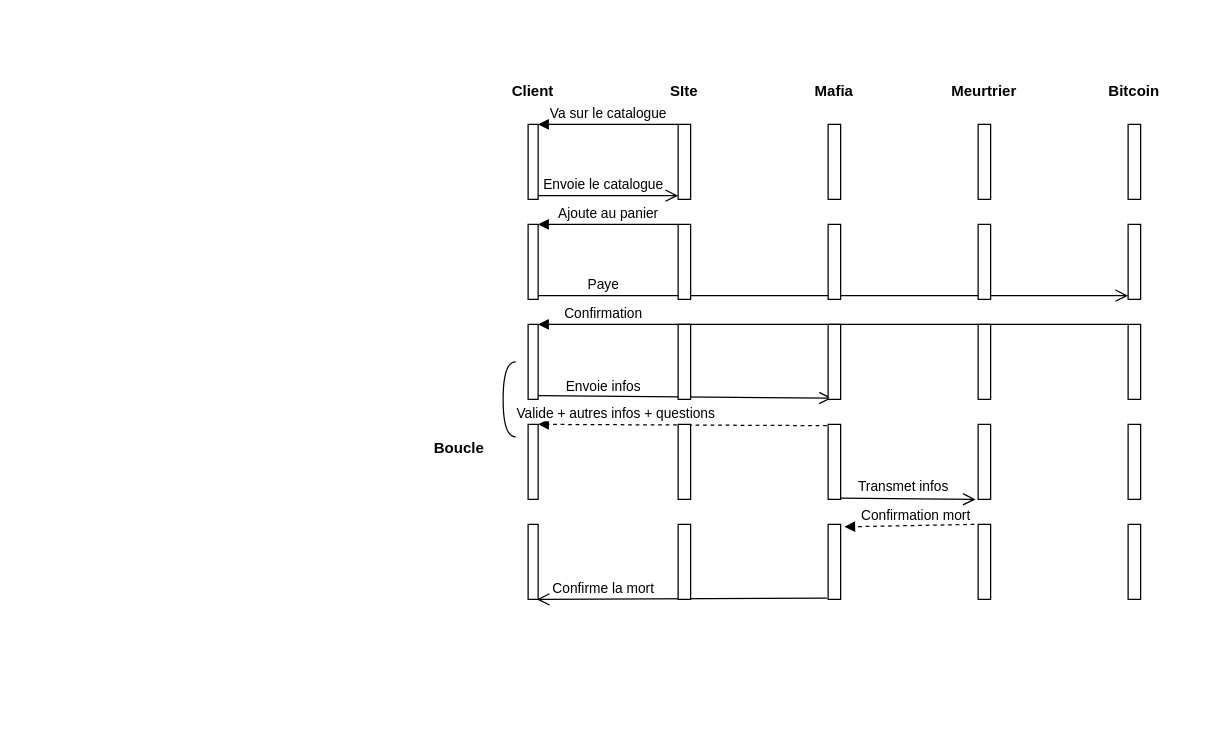
Earlier version of the draw.io diagram page "Diagramme de séquence" (3 of 3) of Diagrams.drawio (Inebhis/uml-project). Source tidied: cells renumbered, new cells numbered last; positions are measured from the earlier drawing's top-left corner, leaving out a move shared by most shapes. Both pictures are drawn from the tidied source at 125%, with x=0, y=0 at pixel (409, 74).
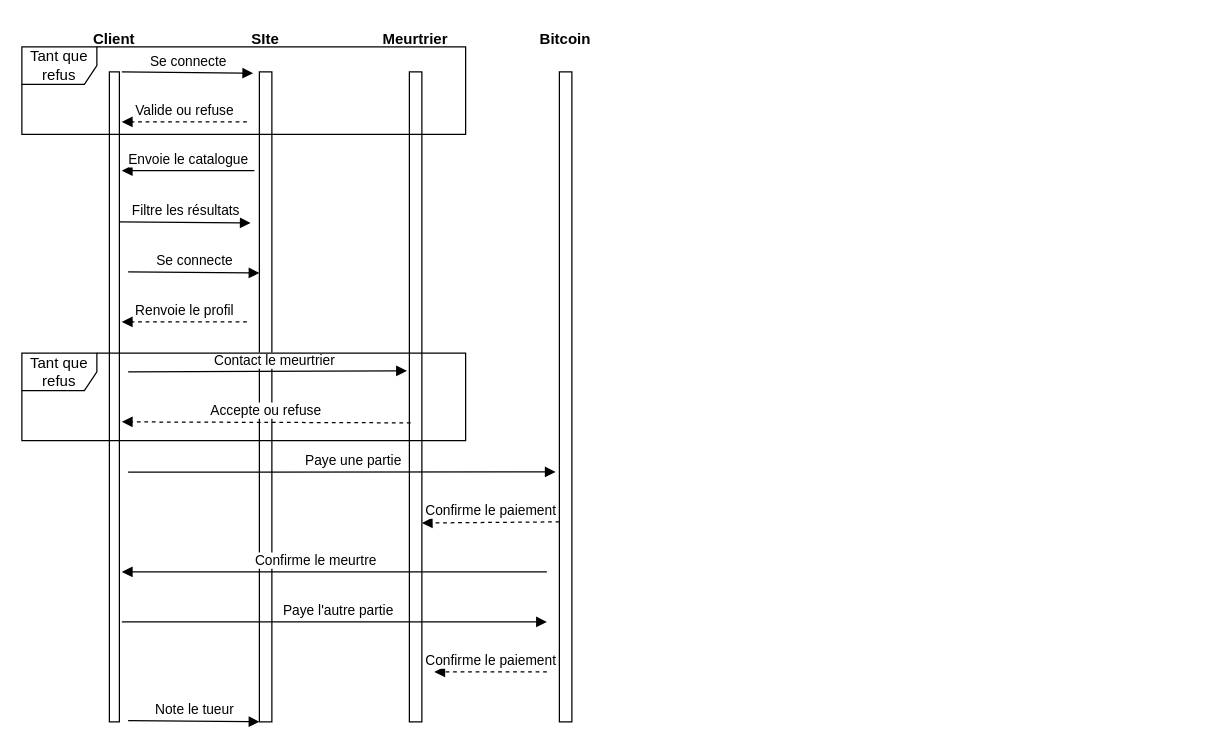
Above is the later version.

Diff of the diagram source:
```diff
@@
-    <mxCell id="2" style="html=1;points=[];perimeter=orthogonalPerimeter;" parent="1" vertex="1">
-      <mxGeometry x="95" y="40" width="8" height="60" as="geometry" />
-    </mxCell>
-    <mxCell id="3" value="Va sur le catalogue" style="html=1;verticalAlign=bottom;endArrow=block;entryX=1;entryY=0;" parent="1" edge="1" target="2">
-      <mxGeometry relative="1" as="geometry">
-        <mxPoint x="215" y="40" as="sourcePoint" />
-      </mxGeometry>
-    </mxCell>
-    <mxCell id="4" value="&lt;div&gt;Envoie le catalogue&lt;/div&gt;" style="html=1;verticalAlign=bottom;endArrow=open;endSize=8;exitX=1;exitY=0.95;" parent="1" edge="1" source="2">
-      <mxGeometry x="-0.07" relative="1" as="geometry">
-        <mxPoint x="215" y="97" as="targetPoint" />
-      </mxGeometry>
-    </mxCell>
+    <mxCell id="44" style="html=1;points=[];perimeter=orthogonalPerimeter;" parent="1" vertex="1">
+      <mxGeometry x="-120" y="-2" width="10" height="520" as="geometry" />
+    </mxCell>
+    <mxCell id="45" style="html=1;perimeter=orthogonalPerimeter;" parent="1" vertex="1">
+      <mxGeometry x="-240" y="-2" width="8" height="520" as="geometry" />
+    </mxCell>
     <mxCell id="5" value="Client" style="text;align=center;fontStyle=1;verticalAlign=middle;spacingLeft=3;spacingRight=3;strokeColor=none;" parent="1" vertex="1">
-      <mxGeometry x="60" width="78" height="26" as="geometry" />
+      <mxGeometry x="-275" y="-42" width="78" height="26" as="geometry" />
     </mxCell>
-    <mxCell id="6" style="html=1;perimeter=orthogonalPerimeter;" parent="1" vertex="1">
-      <mxGeometry x="215" y="40" width="10" height="60" as="geometry" />
-    </mxCell>
-    <mxCell id="7" style="html=1;perimeter=orthogonalPerimeter;" parent="1" vertex="1">
-      <mxGeometry x="335" y="40" width="10" height="60" as="geometry" />
-    </mxCell>
-    <mxCell id="8" style="html=1;perimeter=orthogonalPerimeter;" parent="1" vertex="1">
-      <mxGeometry x="455" y="40" width="10" height="60" as="geometry" />
-    </mxCell>
-    <mxCell id="9" style="html=1;perimeter=orthogonalPerimeter;" parent="1" vertex="1">
-      <mxGeometry x="575" y="40" width="10" height="60" as="geometry" />
-    </mxCell>
+    <mxCell id="46" style="html=1;points=[];perimeter=orthogonalPerimeter;" parent="1" vertex="1">
+      <mxGeometry y="-2" width="10" height="520" as="geometry" />
+    </mxCell>
+    <mxCell id="47" style="html=1;perimeter=orthogonalPerimeter;" parent="1" vertex="1">
+      <mxGeometry x="120" y="-2" width="10" height="520" as="geometry" />
+    </mxCell>
     <mxCell id="10" value="SIte" style="text;align=center;fontStyle=1;verticalAlign=middle;spacingLeft=3;spacingRight=3;strokeColor=none;" parent="1" vertex="1">
-      <mxGeometry x="180" width="80" height="26" as="geometry" />
+      <mxGeometry x="-155" y="-42" width="80" height="26" as="geometry" />
     </mxCell>
     <mxCell id="11" value="Meurtrier" style="text;align=center;fontStyle=1;verticalAlign=middle;spacingLeft=3;spacingRight=3;strokeColor=none;" parent="1" vertex="1">
-      <mxGeometry x="420" width="80" height="26" as="geometry" />
+      <mxGeometry x="-35" y="-42" width="80" height="26" as="geometry" />
     </mxCell>
-    <mxCell id="12" value="Mafia" style="text;align=center;fontStyle=1;verticalAlign=middle;spacingLeft=3;spacingRight=3;strokeColor=none;" parent="1" vertex="1">
-      <mxGeometry x="300" width="80" height="26" as="geometry" />
-    </mxCell>
     <mxCell id="13" value="Bitcoin" style="text;align=center;fontStyle=1;verticalAlign=middle;spacingLeft=3;spacingRight=3;strokeColor=none;" parent="1" vertex="1">
-      <mxGeometry x="540" width="80" height="26" as="geometry" />
+      <mxGeometry x="85" y="-42" width="80" height="26" as="geometry" />
     </mxCell>
-    <mxCell id="14" style="html=1;points=[];perimeter=orthogonalPerimeter;" parent="1" vertex="1">
-      <mxGeometry x="95" y="120" width="8" height="60" as="geometry" />
-    </mxCell>
-    <mxCell id="15" value="Ajoute au panier" style="html=1;verticalAlign=bottom;endArrow=block;entryX=1;entryY=0;" parent="1" edge="1" target="14">
-      <mxGeometry relative="1" as="geometry">
-        <mxPoint x="215" y="120" as="sourcePoint" />
-      </mxGeometry>
-    </mxCell>
-    <mxCell id="16" value="Paye" style="html=1;verticalAlign=bottom;endArrow=open;endSize=8;exitX=1;exitY=0.95;entryX=0;entryY=0.95;entryDx=0;entryDy=0;entryPerimeter=0;" parent="1" edge="1" source="14" target="20">
-      <mxGeometry x="-0.78" relative="1" as="geometry" />
-    </mxCell>
-    <mxCell id="17" style="html=1;perimeter=orthogonalPerimeter;" parent="1" vertex="1">
-      <mxGeometry x="215" y="120" width="10" height="60" as="geometry" />
-    </mxCell>
-    <mxCell id="18" style="html=1;perimeter=orthogonalPerimeter;" parent="1" vertex="1">
-      <mxGeometry x="335" y="120" width="10" height="60" as="geometry" />
-    </mxCell>
-    <mxCell id="19" style="html=1;perimeter=orthogonalPerimeter;" parent="1" vertex="1">
-      <mxGeometry x="455" y="120" width="10" height="60" as="geometry" />
-    </mxCell>
-    <mxCell id="20" style="html=1;points=[];perimeter=orthogonalPerimeter;" parent="1" vertex="1">
-      <mxGeometry x="575" y="120" width="10" height="60" as="geometry" />
-    </mxCell>
-    <mxCell id="21" style="html=1;points=[];perimeter=orthogonalPerimeter;" parent="1" vertex="1">
-      <mxGeometry x="95" y="200" width="8" height="60" as="geometry" />
-    </mxCell>
-    <mxCell id="22" value="Confirmation" style="html=1;verticalAlign=bottom;endArrow=block;entryX=1;entryY=0;exitX=0;exitY=0;exitDx=0;exitDy=0;exitPerimeter=0;" parent="1" edge="1" source="27" target="21">
-      <mxGeometry x="0.78" relative="1" as="geometry" />
-    </mxCell>
-    <mxCell id="23" value="&lt;div&gt;Envoie infos&lt;/div&gt;" style="html=1;verticalAlign=bottom;endArrow=open;endSize=8;exitX=1;exitY=0.95;entryX=0.3;entryY=0.983;entryDx=0;entryDy=0;entryPerimeter=0;" parent="1" edge="1" source="21" target="25">
-      <mxGeometry x="-0.56" y="-2" relative="1" as="geometry" />
-    </mxCell>
-    <mxCell id="24" style="html=1;perimeter=orthogonalPerimeter;" parent="1" vertex="1">
-      <mxGeometry x="215" y="200" width="10" height="60" as="geometry" />
-    </mxCell>
-    <mxCell id="25" style="html=1;points=[];perimeter=orthogonalPerimeter;" parent="1" vertex="1">
-      <mxGeometry x="335" y="200" width="10" height="60" as="geometry" />
-    </mxCell>
-    <mxCell id="26" style="html=1;perimeter=orthogonalPerimeter;" parent="1" vertex="1">
-      <mxGeometry x="455" y="200" width="10" height="60" as="geometry" />
-    </mxCell>
-    <mxCell id="27" style="html=1;points=[];perimeter=orthogonalPerimeter;" parent="1" vertex="1">
-      <mxGeometry x="575" y="200" width="10" height="60" as="geometry" />
-    </mxCell>
-    <mxCell id="28" style="html=1;points=[];perimeter=orthogonalPerimeter;" parent="1" vertex="1">
-      <mxGeometry x="95" y="280" width="8" height="60" as="geometry" />
-    </mxCell>
-    <mxCell id="29" value="&lt;div&gt;Valide + autres infos + questions&lt;/div&gt;" style="html=1;verticalAlign=bottom;endArrow=block;entryX=1;entryY=0;exitX=-0.1;exitY=0.017;exitDx=0;exitDy=0;exitPerimeter=0;dashed=1;" parent="1" edge="1" source="32" target="28">
-      <mxGeometry x="0.46" relative="1" as="geometry" />
-    </mxCell>
-    <mxCell id="30" value="Transmet infos" style="html=1;verticalAlign=bottom;endArrow=open;endSize=8;exitX=1;exitY=0.983;exitDx=0;exitDy=0;exitPerimeter=0;" parent="1" edge="1" source="32">
-      <mxGeometry x="-0.07" relative="1" as="geometry">
-        <mxPoint x="453" y="340" as="targetPoint" />
-      </mxGeometry>
-    </mxCell>
-    <mxCell id="31" style="html=1;perimeter=orthogonalPerimeter;" parent="1" vertex="1">
-      <mxGeometry x="215" y="280" width="10" height="60" as="geometry" />
-    </mxCell>
-    <mxCell id="32" style="html=1;points=[];perimeter=orthogonalPerimeter;" parent="1" vertex="1">
-      <mxGeometry x="335" y="280" width="10" height="60" as="geometry" />
-    </mxCell>
-    <mxCell id="33" style="html=1;perimeter=orthogonalPerimeter;" parent="1" vertex="1">
-      <mxGeometry x="455" y="280" width="10" height="60" as="geometry" />
-    </mxCell>
-    <mxCell id="34" style="html=1;perimeter=orthogonalPerimeter;" parent="1" vertex="1">
-      <mxGeometry x="575" y="280" width="10" height="60" as="geometry" />
-    </mxCell>
-    <mxCell id="35" style="shape=requiredInterface;html=1;verticalLabelPosition=bottom;rotation=-180;" parent="1" vertex="1">
-      <mxGeometry x="75" y="230" width="10" height="60" as="geometry" />
-    </mxCell>
-    <mxCell id="36" value="Boucle" style="text;align=center;fontStyle=1;verticalAlign=middle;spacingLeft=3;spacingRight=3;strokeColor=none;" parent="1" vertex="1">
-      <mxGeometry y="285" width="80" height="26" as="geometry" />
-    </mxCell>
-    <mxCell id="37" style="html=1;points=[];perimeter=orthogonalPerimeter;" parent="1" vertex="1">
-      <mxGeometry x="95" y="360" width="8" height="60" as="geometry" />
-    </mxCell>
-    <mxCell id="38" value="Confirmation mort" style="html=1;verticalAlign=bottom;endArrow=block;entryX=1.3;entryY=0.033;exitX=-0.3;exitY=0;exitDx=0;exitDy=0;exitPerimeter=0;entryDx=0;entryDy=0;entryPerimeter=0;dashed=1;" parent="1" edge="1" source="42" target="41">
-      <mxGeometry x="-0.1" y="1" relative="1" as="geometry" />
-    </mxCell>
-    <mxCell id="39" value="Confirme la mort" style="html=1;verticalAlign=bottom;endArrow=open;endSize=8;exitX=-0.1;exitY=0.983;exitDx=0;exitDy=0;exitPerimeter=0;entryX=0.875;entryY=1;entryDx=0;entryDy=0;entryPerimeter=0;" parent="1" edge="1" source="41" target="37">
-      <mxGeometry x="0.54" relative="1" as="geometry" />
-    </mxCell>
-    <mxCell id="40" style="html=1;perimeter=orthogonalPerimeter;" parent="1" vertex="1">
-      <mxGeometry x="215" y="360" width="10" height="60" as="geometry" />
-    </mxCell>
-    <mxCell id="41" style="html=1;points=[];perimeter=orthogonalPerimeter;" parent="1" vertex="1">
-      <mxGeometry x="335" y="360" width="10" height="60" as="geometry" />
-    </mxCell>
-    <mxCell id="42" style="html=1;points=[];perimeter=orthogonalPerimeter;" parent="1" vertex="1">
-      <mxGeometry x="455" y="360" width="10" height="60" as="geometry" />
-    </mxCell>
-    <mxCell id="43" style="html=1;perimeter=orthogonalPerimeter;" parent="1" vertex="1">
-      <mxGeometry x="575" y="360" width="10" height="60" as="geometry" />
-    </mxCell>
+    <mxCell id="48" value="Se connecte" style="html=1;verticalAlign=bottom;endArrow=block;entryX=-0.5;entryY=0.002;entryDx=0;entryDy=0;entryPerimeter=0;" parent="1" edge="1" target="44">
+      <mxGeometry relative="1" as="geometry">
+        <mxPoint x="-230" y="-2" as="sourcePoint" />
+      </mxGeometry>
+    </mxCell>
+    <mxCell id="49" value="Valide ou refuse" style="html=1;verticalAlign=bottom;endArrow=block;dashed=1;" parent="1" edge="1">
+      <mxGeometry relative="1" as="geometry">
+        <mxPoint x="-130" y="38" as="sourcePoint" />
+        <mxPoint x="-230" y="38" as="targetPoint" />
+      </mxGeometry>
+    </mxCell>
+    <mxCell id="4" value="Envoie le catalogue" style="html=1;verticalAlign=bottom;endArrow=block;" parent="1" edge="1">
+      <mxGeometry relative="1" as="geometry">
+        <mxPoint x="-124" y="77" as="sourcePoint" />
+        <mxPoint x="-230" y="77" as="targetPoint" />
+      </mxGeometry>
+    </mxCell>
+    <mxCell id="50" value="Filtre les résultats" style="html=1;verticalAlign=bottom;endArrow=block;entryX=-0.5;entryY=0.002;entryDx=0;entryDy=0;entryPerimeter=0;" parent="1" edge="1">
+      <mxGeometry relative="1" as="geometry">
+        <mxPoint x="-232" y="118" as="sourcePoint" />
+        <mxPoint x="-127" y="118.9" as="targetPoint" />
+      </mxGeometry>
+    </mxCell>
+    <mxCell id="51" value="Se connecte" style="html=1;verticalAlign=bottom;endArrow=block;entryX=-0.5;entryY=0.002;entryDx=0;entryDy=0;entryPerimeter=0;" parent="1" edge="1">
+      <mxGeometry relative="1" as="geometry">
+        <mxPoint x="-225" y="158" as="sourcePoint" />
+        <mxPoint x="-120" y="158.9" as="targetPoint" />
+      </mxGeometry>
+    </mxCell>
+    <mxCell id="52" value="Renvoie le profil" style="html=1;verticalAlign=bottom;endArrow=block;dashed=1;" parent="1" edge="1">
+      <mxGeometry relative="1" as="geometry">
+        <mxPoint x="-130" y="198" as="sourcePoint" />
+        <mxPoint x="-230" y="198" as="targetPoint" />
+      </mxGeometry>
+    </mxCell>
+    <mxCell id="53" value="&lt;div&gt;Contact le meurtrier&lt;/div&gt;" style="html=1;verticalAlign=bottom;endArrow=block;entryX=-0.2;entryY=0.46;entryDx=0;entryDy=0;entryPerimeter=0;" parent="1" edge="1" target="46">
+      <mxGeometry x="0.05" relative="1" as="geometry">
+        <mxPoint x="-225" y="238" as="sourcePoint" />
+      </mxGeometry>
+    </mxCell>
+    <mxCell id="54" value="Accepte ou refuse" style="html=1;verticalAlign=bottom;endArrow=block;dashed=1;exitX=0.1;exitY=0.54;exitDx=0;exitDy=0;exitPerimeter=0;" parent="1" edge="1" source="46">
+      <mxGeometry relative="1" as="geometry">
+        <mxPoint x="-230" y="278" as="targetPoint" />
+      </mxGeometry>
+    </mxCell>
+    <mxCell id="55" value="Paye une partie" style="html=1;verticalAlign=bottom;endArrow=block;" parent="1" edge="1">
+      <mxGeometry x="0.05" relative="1" as="geometry">
+        <mxPoint x="-225" y="318.2" as="sourcePoint" />
+        <mxPoint x="117" y="318" as="targetPoint" />
+      </mxGeometry>
+    </mxCell>
+    <mxCell id="56" value="Confirme le paiement" style="html=1;verticalAlign=bottom;endArrow=block;dashed=1;entryX=1;entryY=0.694;entryDx=0;entryDy=0;entryPerimeter=0;" parent="1" edge="1" target="46">
+      <mxGeometry relative="1" as="geometry">
+        <mxPoint x="120" y="358" as="sourcePoint" />
+      </mxGeometry>
+    </mxCell>
+    <mxCell id="57" value="Confirme le meurtre" style="html=1;verticalAlign=bottom;endArrow=block;" parent="1" edge="1">
+      <mxGeometry x="0.09" relative="1" as="geometry">
+        <mxPoint x="110" y="398" as="sourcePoint" />
+        <mxPoint x="-230" y="398" as="targetPoint" />
+      </mxGeometry>
+    </mxCell>
+    <mxCell id="58" value="Paye l'autre partie" style="html=1;verticalAlign=bottom;endArrow=block;" parent="1" edge="1">
+      <mxGeometry x="0.02" relative="1" as="geometry">
+        <mxPoint x="-230" y="438" as="sourcePoint" />
+        <mxPoint x="110" y="438" as="targetPoint" />
+      </mxGeometry>
+    </mxCell>
+    <mxCell id="59" value="Confirme le paiement" style="html=1;verticalAlign=bottom;endArrow=block;dashed=1;" parent="1" edge="1">
+      <mxGeometry relative="1" as="geometry">
+        <mxPoint x="110" y="478" as="sourcePoint" />
+        <mxPoint x="20" y="478" as="targetPoint" />
+      </mxGeometry>
+    </mxCell>
+    <mxCell id="60" value="Note le tueur" style="html=1;verticalAlign=bottom;endArrow=block;entryX=-0.5;entryY=0.002;entryDx=0;entryDy=0;entryPerimeter=0;" parent="1" edge="1">
+      <mxGeometry relative="1" as="geometry">
+        <mxPoint x="-225" y="517" as="sourcePoint" />
+        <mxPoint x="-120" y="517.9" as="targetPoint" />
+      </mxGeometry>
+    </mxCell>
+    <mxCell id="61" value="Tant que refus" style="shape=umlFrame;whiteSpace=wrap;html=1;" parent="1" vertex="1">
+      <mxGeometry x="-310" y="-22" width="355" height="70" as="geometry" />
+    </mxCell>
+    <mxCell id="62" value="Tant que refus" style="shape=umlFrame;whiteSpace=wrap;html=1;" parent="1" vertex="1">
+      <mxGeometry x="-310" y="223" width="355" height="70" as="geometry" />
+    </mxCell>
```
